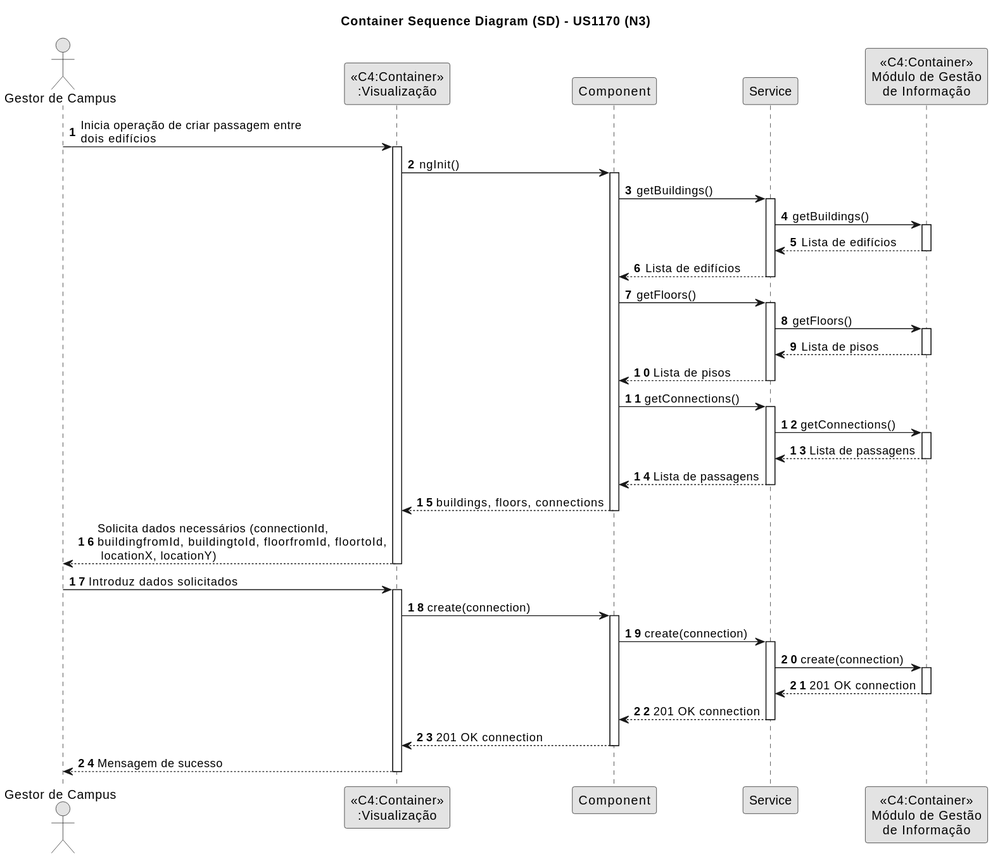
Before: docs/SprintB/1211171/us1170/SD-N3-US1170.svg, a diagram exported from PlantUML (pedrocmesquita/RobDroneGo). The source it was exported from:
```plantuml
@startuml
skinparam monochrome true
skinparam packageStyle rectangle
skinparam shadowing false

title Container Sequence Diagram (SD) - US1170 (N3)

autonumber

actor "Gestor de Campus"

"Gestor de Campus" -> "<<C4:Container>>\n:Visualização": Inicia operação de criar passagem entre\ndois edifícios
activate "<<C4:Container>>\n:Visualização"
"<<C4:Container>>\n:Visualização" -> Component: ngInit()
activate Component
Component -> Service: getBuildings()
activate Service
Service -> "<<C4:Container>>\nMódulo de Gestão\nde Informação" : getBuildings()
activate "<<C4:Container>>\nMódulo de Gestão\nde Informação"
"<<C4:Container>>\nMódulo de Gestão\nde Informação" --> Service : Lista de edifícios
deactivate "<<C4:Container>>\nMódulo de Gestão\nde Informação"
Service --> Component : Lista de edifícios
deactivate Service
Component -> Service : getFloors()
activate Service
Service -> "<<C4:Container>>\nMódulo de Gestão\nde Informação" : getFloors()
activate "<<C4:Container>>\nMódulo de Gestão\nde Informação"
"<<C4:Container>>\nMódulo de Gestão\nde Informação" --> Service : Lista de pisos
deactivate "<<C4:Container>>\nMódulo de Gestão\nde Informação"
Service --> Component : Lista de pisos
deactivate Service
Component -> Service : getConnections()
activate Service

Service -> "<<C4:Container>>\nMódulo de Gestão\nde Informação" : getConnections()
activate "<<C4:Container>>\nMódulo de Gestão\nde Informação"
"<<C4:Container>>\nMódulo de Gestão\nde Informação" --> Service: Lista de passagens
deactivate "<<C4:Container>>\nMódulo de Gestão\nde Informação"
Service --> Component: Lista de passagens
deactivate Service
Component --> "<<C4:Container>>\n:Visualização": buildings, floors, connections
deactivate Component

"<<C4:Container>>\n:Visualização" --> "Gestor de Campus": Solicita dados necessários (connectionId,\nbuildingfromId, buildingtoId, floorfromId, floortoId,\n locationX, locationY)
deactivate "<<C4:Container>>\n:Visualização"

"Gestor de Campus" -> "<<C4:Container>>\n:Visualização": Introduz dados solicitados
activate "<<C4:Container>>\n:Visualização"
"<<C4:Container>>\n:Visualização" -> Component : create(connection)
activate Component
Component -> Service : create(connection)
activate Service
Service -> "<<C4:Container>>\nMódulo de Gestão\nde Informação" : create(connection)

activate "<<C4:Container>>\nMódulo de Gestão\nde Informação"
"<<C4:Container>>\nMódulo de Gestão\nde Informação" --> Service: 201 OK connection

deactivate "<<C4:Container>>\nMódulo de Gestão\nde Informação"
Service --> Component: 201 OK connection
deactivate Service
Component --> "<<C4:Container>>\n:Visualização" : 201 OK connection
deactivate Component
deactivate "<<C4:Container>>\nMódulo de Gestão\nde Informação"
"Gestor de Campus" <-- "<<C4:Container>>\n:Visualização": Mensagem de sucesso
deactivate "<<C4:Container>>\n:Visualização"
@enduml
```
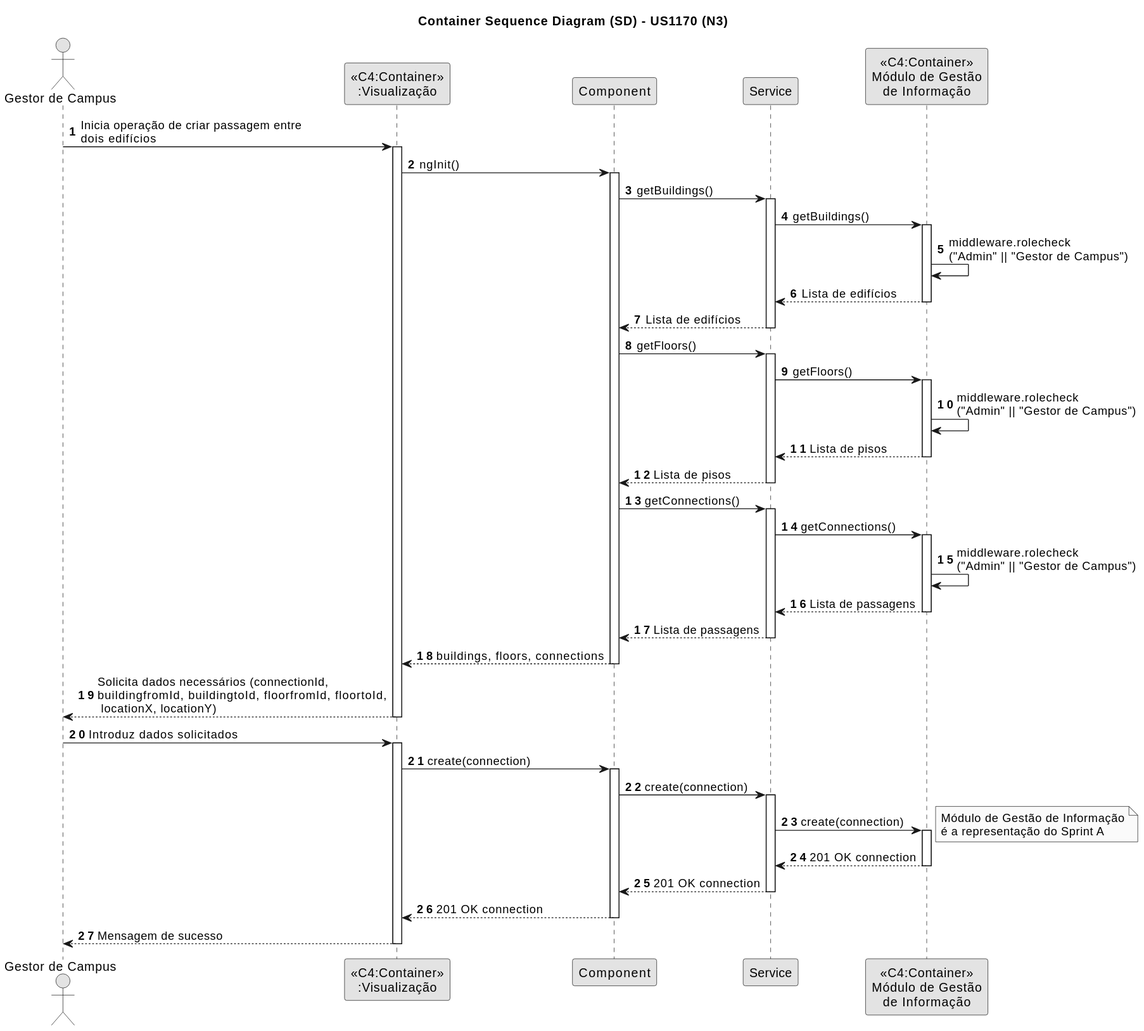
Later version of the same file.

The edit, as a diff of the source:
```diff
@@ -17,6 +17,7 @@
 activate Service
 Service -> "<<C4:Container>>\nMódulo de Gestão\nde Informação" : getBuildings()
 activate "<<C4:Container>>\nMódulo de Gestão\nde Informação"
+"<<C4:Container>>\nMódulo de Gestão\nde Informação" -> "<<C4:Container>>\nMódulo de Gestão\nde Informação": middleware.rolecheck\n("Admin" || "Gestor de Campus")
 "<<C4:Container>>\nMódulo de Gestão\nde Informação" --> Service : Lista de edifícios
 deactivate "<<C4:Container>>\nMódulo de Gestão\nde Informação"
 Service --> Component : Lista de edifícios
@@ -25,6 +26,7 @@
 activate Service
 Service -> "<<C4:Container>>\nMódulo de Gestão\nde Informação" : getFloors()
 activate "<<C4:Container>>\nMódulo de Gestão\nde Informação"
+"<<C4:Container>>\nMódulo de Gestão\nde Informação" -> "<<C4:Container>>\nMódulo de Gestão\nde Informação": middleware.rolecheck\n("Admin" || "Gestor de Campus")
 "<<C4:Container>>\nMódulo de Gestão\nde Informação" --> Service : Lista de pisos
 deactivate "<<C4:Container>>\nMódulo de Gestão\nde Informação"
 Service --> Component : Lista de pisos
@@ -34,6 +36,7 @@
 
 Service -> "<<C4:Container>>\nMódulo de Gestão\nde Informação" : getConnections()
 activate "<<C4:Container>>\nMódulo de Gestão\nde Informação"
+"<<C4:Container>>\nMódulo de Gestão\nde Informação" -> "<<C4:Container>>\nMódulo de Gestão\nde Informação": middleware.rolecheck\n("Admin" || "Gestor de Campus")
 "<<C4:Container>>\nMódulo de Gestão\nde Informação" --> Service: Lista de passagens
 deactivate "<<C4:Container>>\nMódulo de Gestão\nde Informação"
 Service --> Component: Lista de passagens
@@ -53,6 +56,7 @@
 Service -> "<<C4:Container>>\nMódulo de Gestão\nde Informação" : create(connection)
 
 activate "<<C4:Container>>\nMódulo de Gestão\nde Informação"
+note right: Módulo de Gestão de Informação\né a representação do Sprint A
 "<<C4:Container>>\nMódulo de Gestão\nde Informação" --> Service: 201 OK connection
 
 deactivate "<<C4:Container>>\nMódulo de Gestão\nde Informação"
```
